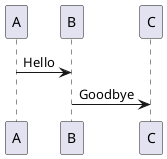
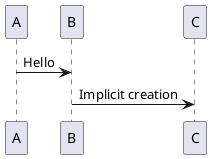
@startuml

participant A
participant B
+ participant C

A -> B: Hello
- B -> C: Goodbye
+ B -> C: Implicit creation

@enduml